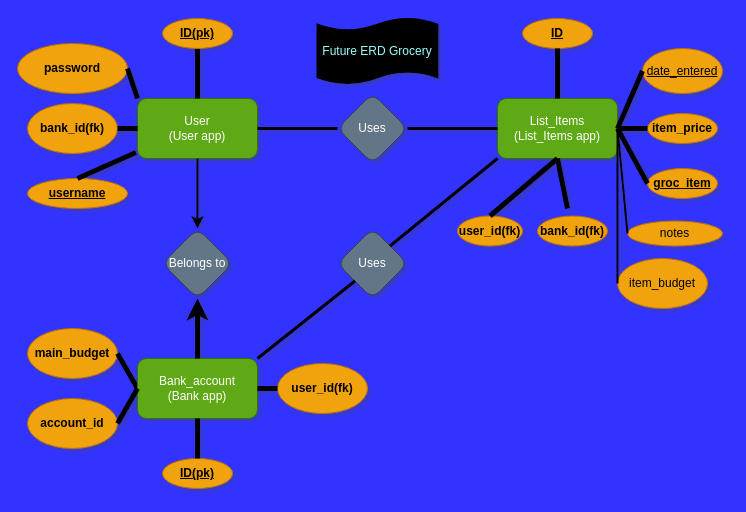
The draw.io diagram ERD/grocery.drawio in PGA-dev/Grocery_No_Doc, before the edit. Source tidied: cells renumbered, new cells numbered last; positions are measured from the earlier drawing's top-left corner, leaving out a move shared by most shapes. Both pictures are drawn from the tidied source at 100%, with x=0, y=0 at pixel (17, 18).
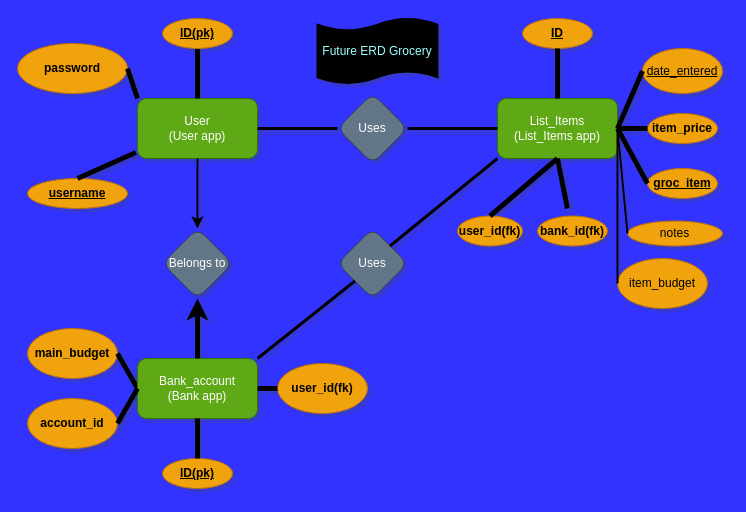
Above is the later version.

The change refers to these unchanged cells:
```xml
<mxCell id="3" value="User&lt;br&gt;(User app)" style="rounded=1;whiteSpace=wrap;html=1;fillColor=#60a917;fontColor=#ffffff;strokeColor=#2D7600;" parent="1" vertex="1">
  <mxGeometry x="120" y="80" width="120" height="60" as="geometry" />
</mxCell>
```

What changed in the source:
```diff
@@
-    <mxCell id="41" value="&lt;b&gt;bank_id(fk)&lt;/b&gt;" style="ellipse;whiteSpace=wrap;html=1;rounded=1;fillColor=#f0a30a;fontColor=#000000;strokeColor=#BD7000;" parent="1" vertex="1">
-      <mxGeometry x="10" y="85" width="90" height="50" as="geometry" />
-    </mxCell>
-    <mxCell id="42" style="endArrow=none;html=1;rounded=1;strokeWidth=5;entryX=0;entryY=0.5;entryDx=0;entryDy=0;exitX=1;exitY=0.5;exitDx=0;exitDy=0;" parent="1" edge="1" source="41" target="3">
-      <mxGeometry relative="1" as="geometry" />
-    </mxCell>
```
